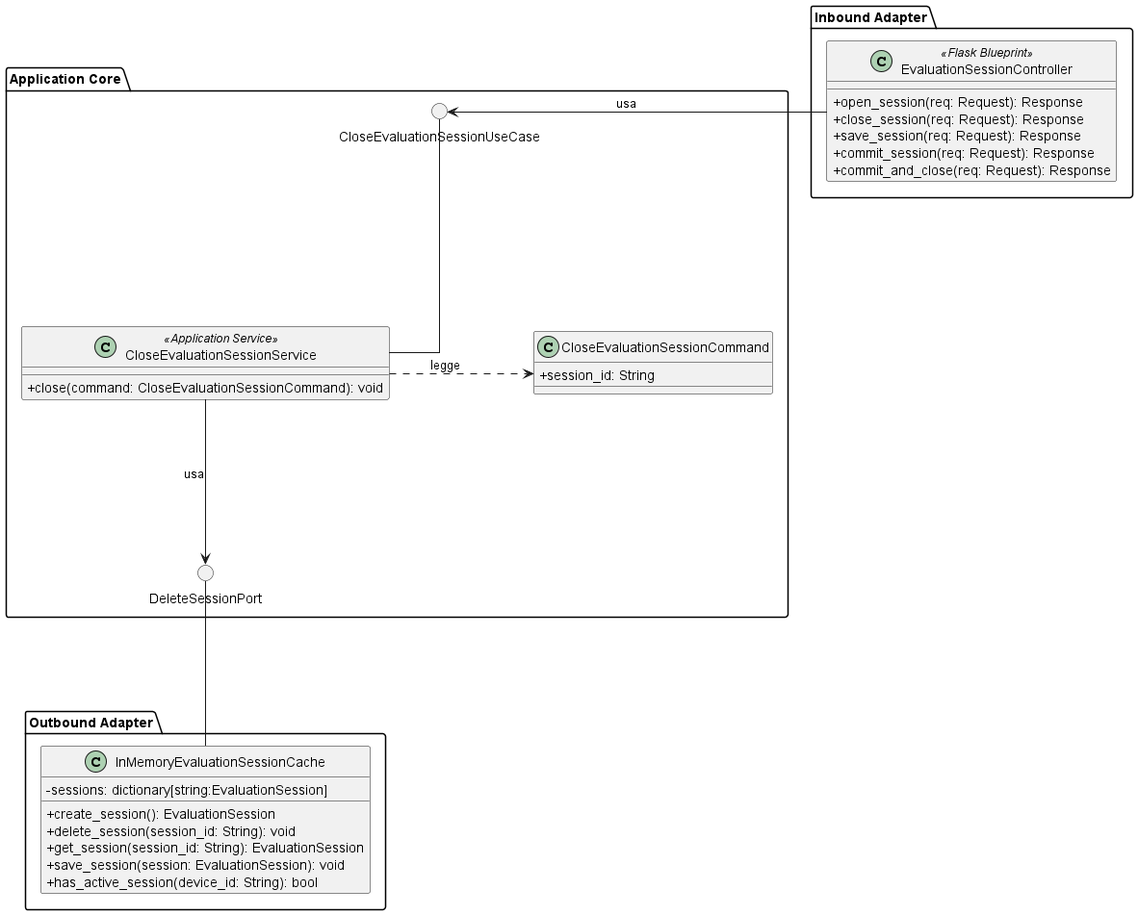
GroupRubberDuck/Documentazione keeps this PlantUML diagram as src/PB/DocumentazioneEsterna/Specifica_Tecnica/content/05-diagrammi-classi/uml/png/Session/CloseEvaluationSession.png. Above is the earlier version.
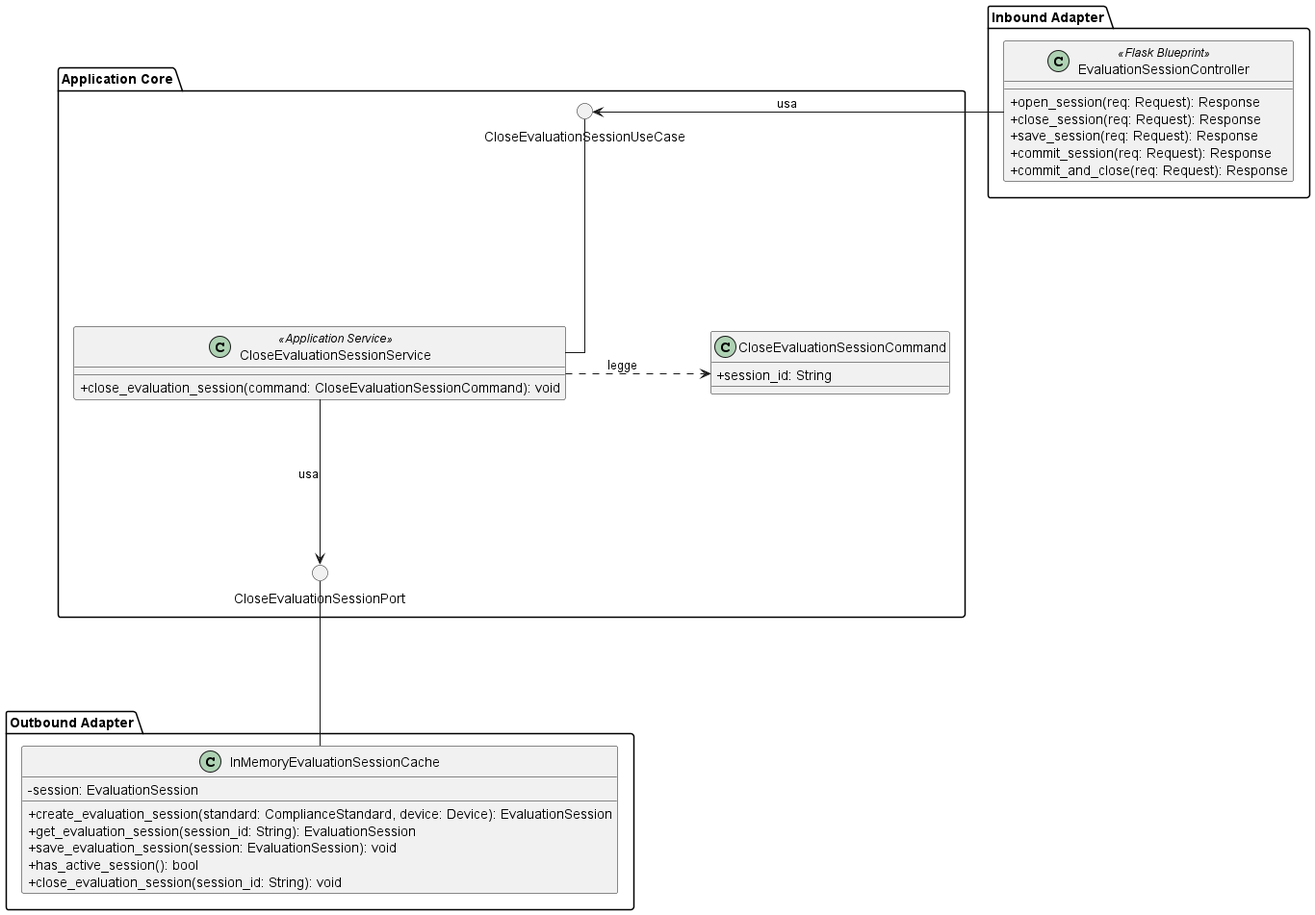
After the change.

What changed in the source:
```diff
@@ -19,12 +19,12 @@
         + session_id: String
     }
 
-    () "DeleteSessionPort"
+    () "CloseEvaluationSessionPort"
 
 
     CloseEvaluationSessionService -up- CloseEvaluationSessionUseCase
     CloseEvaluationSessionService .right.> CloseEvaluationSessionCommand : legge
-    CloseEvaluationSessionService -down-> DeleteSessionPort : usa
+    CloseEvaluationSessionService -down-> CloseEvaluationSessionPort : usa
 }
 
 package "Outbound Adapter" {
@@ -32,6 +32,6 @@
 }
 
 EvaluationSessionController -left-> CloseEvaluationSessionUseCase : usa
-InMemoryEvaluationSessionCache -up- DeleteSessionPort
+InMemoryEvaluationSessionCache -up- CloseEvaluationSessionPort
 
 @enduml
```
